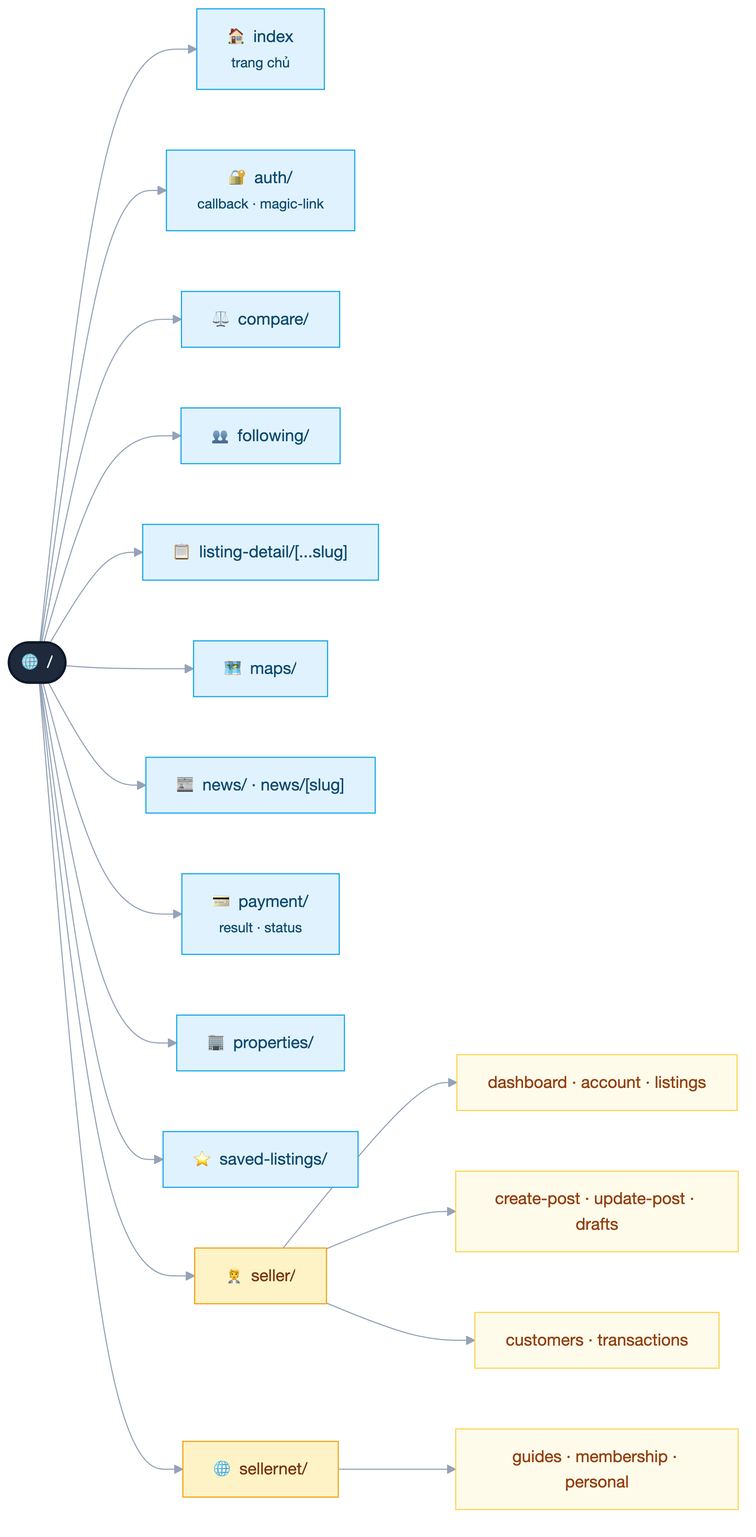
huynhtranty/smartrent-report keeps this Mermaid diagram as diagrams/fe/png/06-routing.png. Above is the earlier version. Its source is kept beside it as diagrams/fe/src/06-routing.mmd. The source it was exported from:
```mermaid
flowchart LR
    root(["🌐 /"])
    root --> home["🏠 index<br/><small>trang chủ</small>"]
    root --> auth["🔐 auth/<br/><small>callback · magic-link</small>"]
    root --> compare["⚖️ compare/"]
    root --> following["👥 following/"]
    root --> detail["📋 listing-detail/[...slug]"]
    root --> maps["🗺️ maps/"]
    root --> news["📰 news/ · news/[slug]"]
    root --> payment["💳 payment/<br/><small>result · status</small>"]
    root --> props["🏢 properties/"]
    root --> saved["⭐ saved-listings/"]
    root --> seller["🧑‍💼 seller/"]
    seller --> s1["dashboard · account · listings"]
    seller --> s2["create-post · update-post · drafts"]
    seller --> s3["customers · transactions"]
    root --> snet["🌐 sellernet/"]
    snet --> n1["guides · membership · personal"]

    classDef root fill:#1e293b,stroke:#0f172a,color:#f8fafc,stroke-width:2px
    classDef pub fill:#e0f2fe,stroke:#0ea5e9,color:#0c4a6e
    classDef sell fill:#fef3c7,stroke:#f59e0b,color:#78350f
    classDef sub fill:#fffbeb,stroke:#fcd34d,color:#92400e
    class root root
    class home,auth,compare,following,detail,maps,news,payment,props,saved pub
    class seller,snet sell
    class s1,s2,s3,n1 sub
```
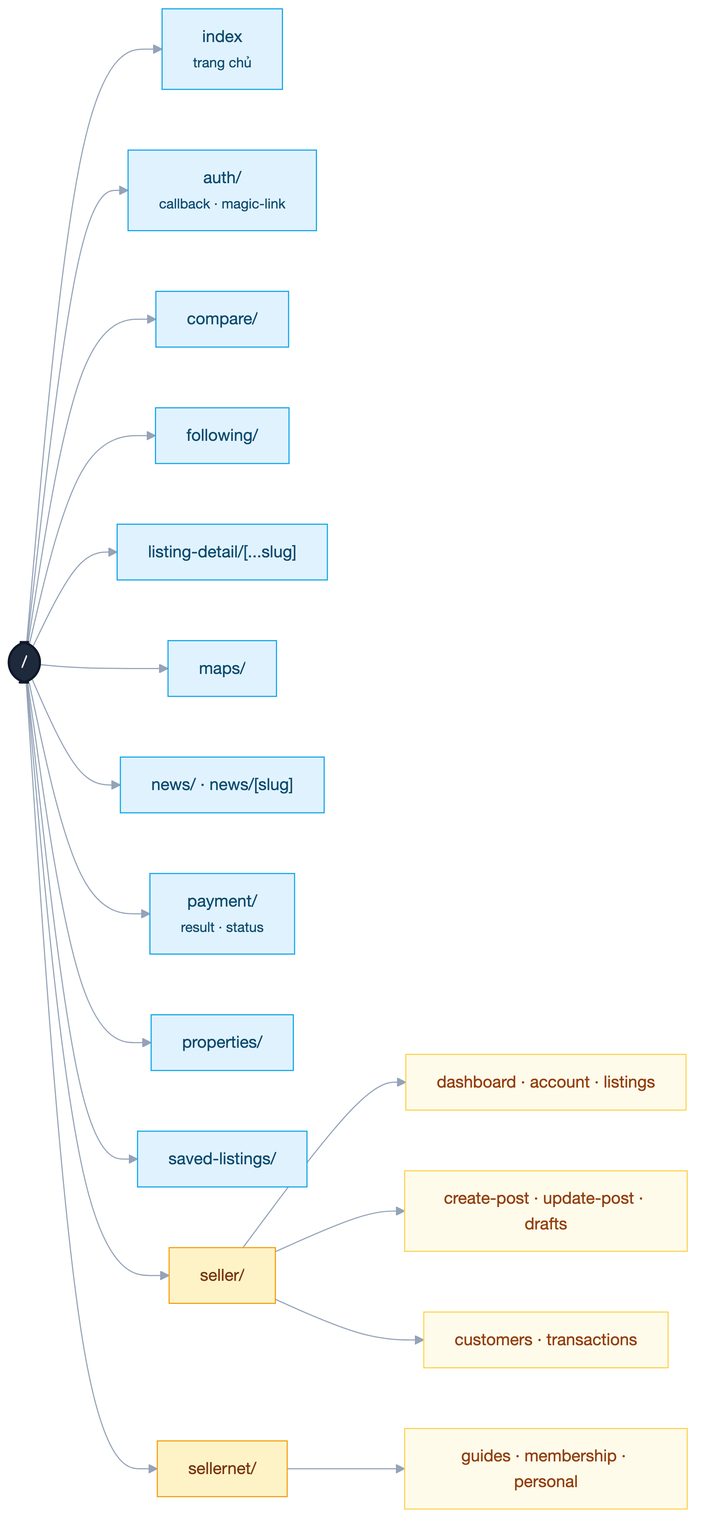
After the change.

Diff of the diagram source:
```diff
@@ -1,27 +1,27 @@
 flowchart LR
-    root(["🌐 /"])
-    root --> home["🏠 index<br/><small>trang chủ</small>"]
-    root --> auth["🔐 auth/<br/><small>callback · magic-link</small>"]
-    root --> compare["⚖️ compare/"]
-    root --> following["👥 following/"]
-    root --> detail["📋 listing-detail/[...slug]"]
-    root --> maps["🗺️ maps/"]
-    root --> news["📰 news/ · news/[slug]"]
-    root --> payment["💳 payment/<br/><small>result · status</small>"]
-    root --> props["🏢 properties/"]
-    root --> saved["⭐ saved-listings/"]
-    root --> seller["🧑‍💼 seller/"]
-    seller --> s1["dashboard · account · listings"]
-    seller --> s2["create-post · update-post · drafts"]
-    seller --> s3["customers · transactions"]
-    root --> snet["🌐 sellernet/"]
-    snet --> n1["guides · membership · personal"]
+ root(["/"])
+ root --> home["index<br/><small>trang chủ</small>"]
+ root --> auth["auth/<br/><small>callback · magic-link</small>"]
+ root --> compare["compare/"]
+ root --> following["following/"]
+ root --> detail["listing-detail/[...slug]"]
+ root --> maps["maps/"]
+ root --> news["news/ · news/[slug]"]
+ root --> payment["payment/<br/><small>result · status</small>"]
+ root --> props["properties/"]
+ root --> saved["saved-listings/"]
+ root --> seller["seller/"]
+ seller --> s1["dashboard · account · listings"]
+ seller --> s2["create-post · update-post · drafts"]
+ seller --> s3["customers · transactions"]
+ root --> snet["sellernet/"]
+ snet --> n1["guides · membership · personal"]
 
-    classDef root fill:#1e293b,stroke:#0f172a,color:#f8fafc,stroke-width:2px
-    classDef pub fill:#e0f2fe,stroke:#0ea5e9,color:#0c4a6e
-    classDef sell fill:#fef3c7,stroke:#f59e0b,color:#78350f
-    classDef sub fill:#fffbeb,stroke:#fcd34d,color:#92400e
-    class root root
-    class home,auth,compare,following,detail,maps,news,payment,props,saved pub
-    class seller,snet sell
-    class s1,s2,s3,n1 sub
+ classDef root fill:#1e293b,stroke:#0f172a,color:#f8fafc,stroke-width:2px
+ classDef pub fill:#e0f2fe,stroke:#0ea5e9,color:#0c4a6e
+ classDef sell fill:#fef3c7,stroke:#f59e0b,color:#78350f
+ classDef sub fill:#fffbeb,stroke:#fcd34d,color:#92400e
+ class root root
+ class home,auth,compare,following,detail,maps,news,payment,props,saved pub
+ class seller,snet sell
+ class s1,s2,s3,n1 sub
```
